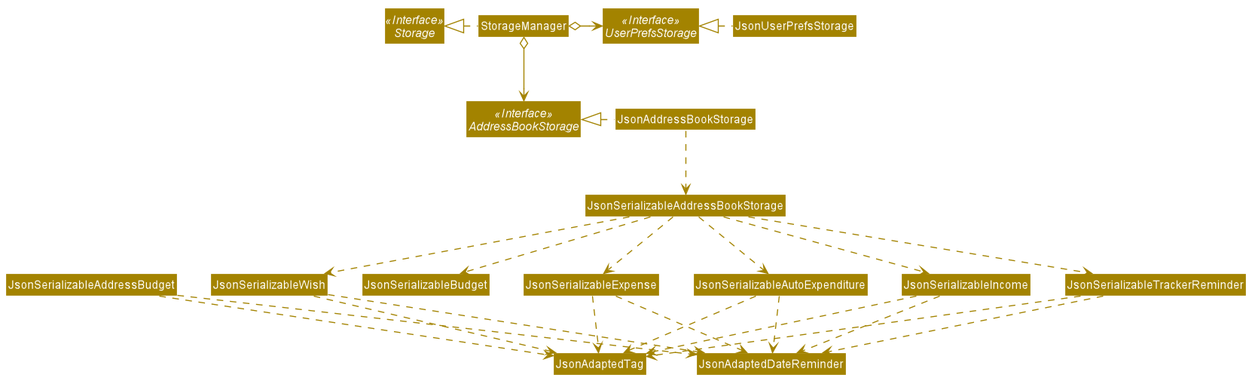
Before: docs/images/StorageClassDiagram.png, a diagram exported from PlantUML (nus-cs2103-AY1920S1/addressbook-level3).
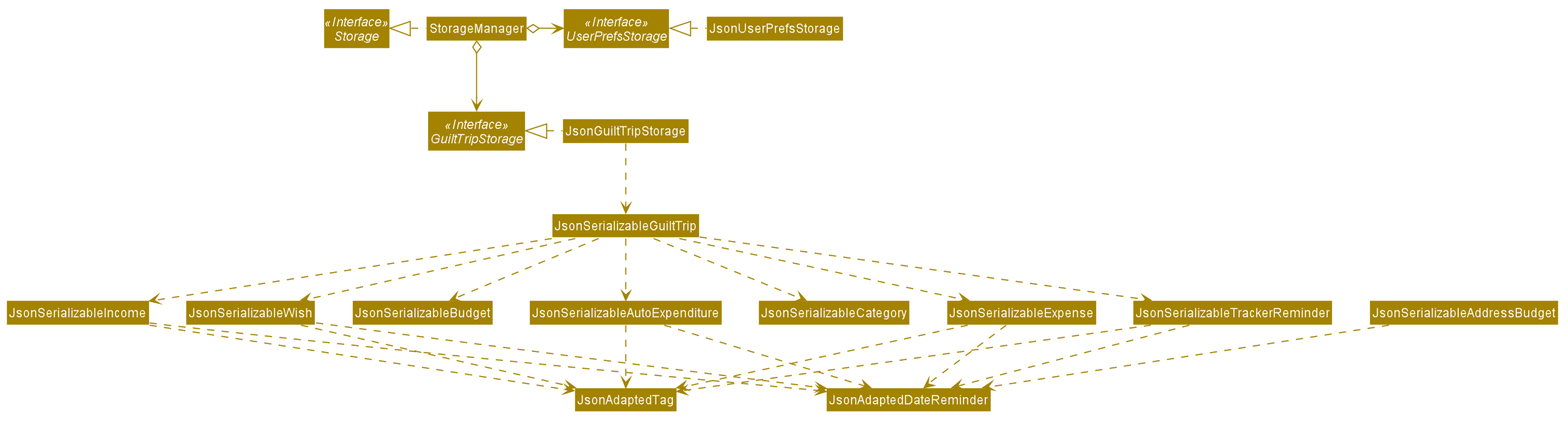
The same diagram one commit later.

The edit, as a diff of the source:
```diff
@@ -1,4 +1,6 @@
 @startuml
+
+
 
 
 
@@ -53,31 +55,31 @@
 
 Interface Storage <<Interface>>
 Interface UserPrefsStorage <<Interface>>
-Interface AddressBookStorage <<Interface>>
+Interface GuiltTripStorage <<Interface>>
 
 Class StorageManager
 Class JsonUserPrefsStorage
-Class JsonAddressBookStorage
+Class JsonGuiltTripStorage
 
 StorageManager .left.|> Storage
 StorageManager o-right-> UserPrefsStorage
-StorageManager o--> AddressBookStorage
+StorageManager o--> GuiltTripStorage
 
 JsonUserPrefsStorage .left.|> UserPrefsStorage
-JsonAddressBookStorage .left.|> AddressBookStorage
-JsonAddressBookStorage .down.> JsonSerializableAddressBookStorage
-JsonSerializableAddressBookStorage .down.> JsonSerializableExpense
-JsonSerializableAddressBookStorage .down.> JsonSerializableIncome
-JsonSerializableAddressBookStorage .down.> JsonSerializableWish
-JsonSerializableAddressBookStorage .down.> JsonSerializableAutoExpenditure
-JsonSerializableAddressBookStorage .down.> JsonSerializableBudget
-JsonSerializableAddressBookStorage .down.> JsonSerializableTrackerReminder
+JsonGuiltTripStorage .left.|> GuiltTripStorage
+JsonGuiltTripStorage .down.> JsonSerializableGuiltTrip
+JsonSerializableGuiltTrip .down.> JsonSerializableExpense
+JsonSerializableGuiltTrip .down.> JsonSerializableIncome
+JsonSerializableGuiltTrip .down.> JsonSerializableWish
+JsonSerializableGuiltTrip .down.> JsonSerializableAutoExpenditure
+JsonSerializableGuiltTrip .down.> JsonSerializableBudget
+JsonSerializableGuiltTrip .down.> JsonSerializableTrackerReminder
 JsonSerializableExpense .down.> JsonAdaptedTag
 JsonSerializableIncome .down.> JsonAdaptedTag
 JsonSerializableWish .down.> JsonAdaptedTag
 JsonSerializableAutoExpenditure .down.> JsonAdaptedTag
 JsonSerializableTrackerReminder .down.> JsonAdaptedTag
-JsonSerializableAddressBudget .down.> JsonAdaptedTag
+JsonSerializableGuiltTrip .down.> JsonSerializableCategory
 JsonSerializableExpense .down.> JsonAdaptedDateReminder
 JsonSerializableIncome .down.> JsonAdaptedDateReminder
 JsonSerializableWish .down.> JsonAdaptedDateReminder
```
